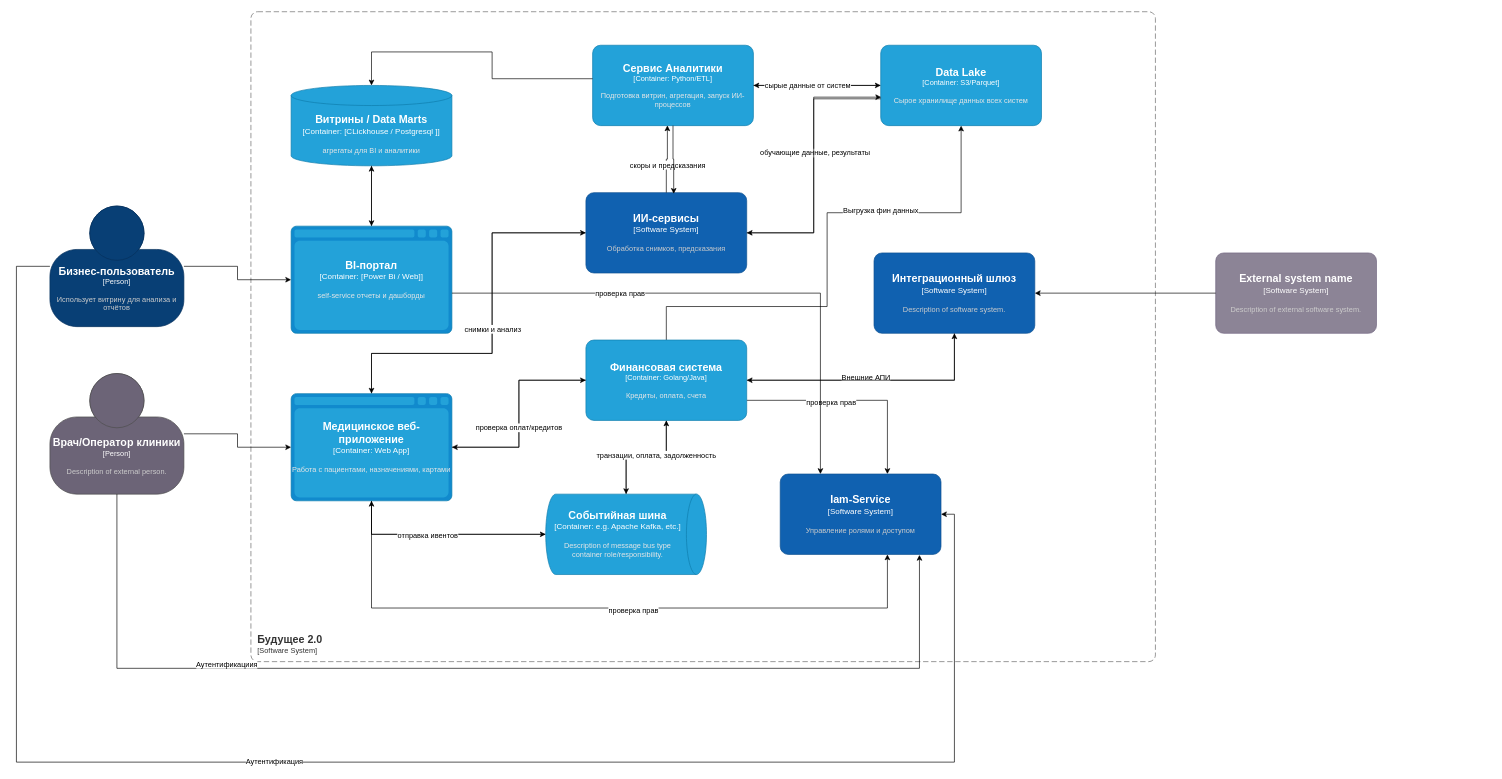
Earlier version of the draw.io diagram Task1/11sp.drawio (Evelona/architecture-future_2_0). Source tidied: cells renumbered, new cells numbered last; positions are measured from the earlier drawing's top-left corner, leaving out a move shared by most shapes. Both pictures are drawn from the tidied source at 67%, with x=0, y=0 at pixel (16, 11).
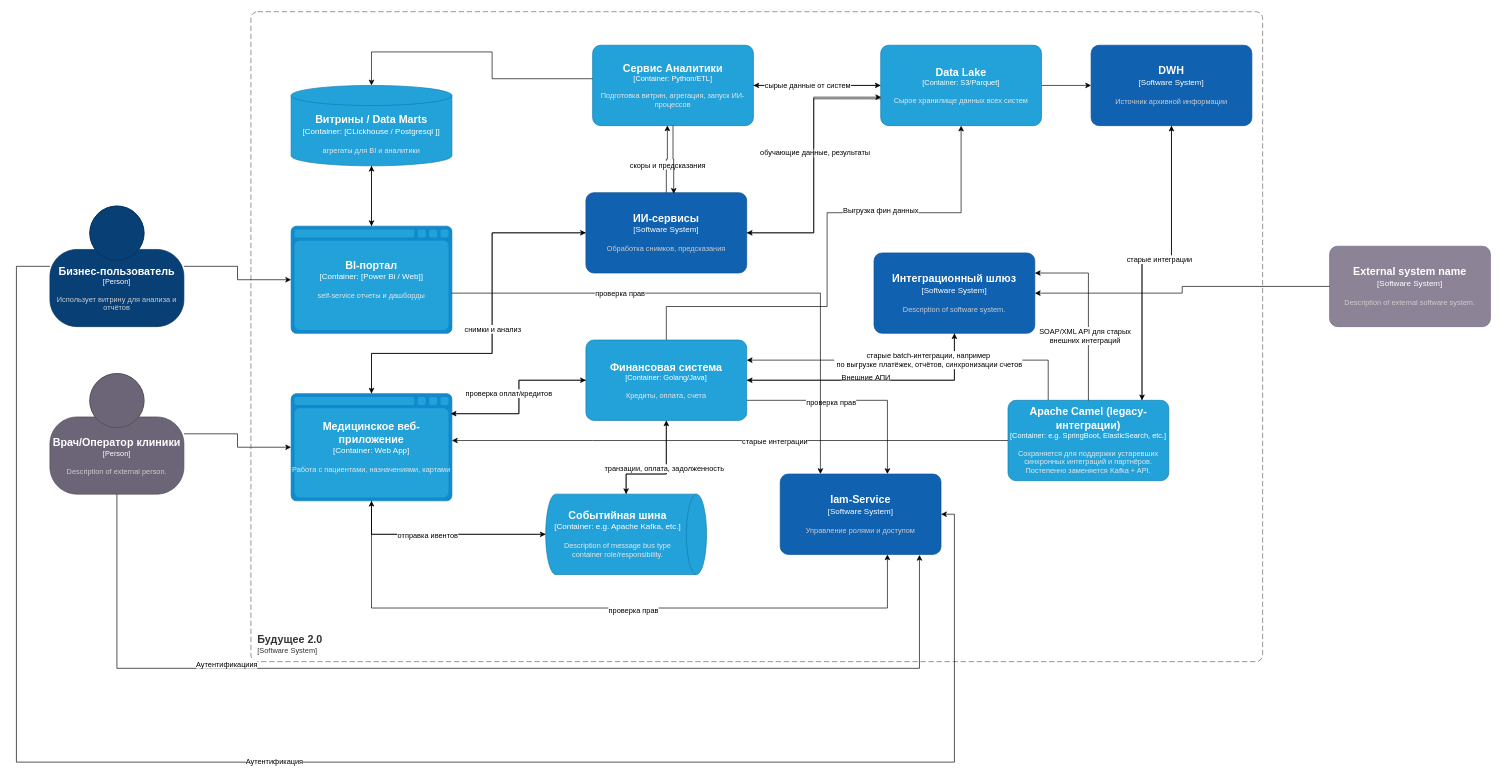
After the change.

The change refers to these unchanged cells:
```xml
<object id="12" label="&lt;font style=&quot;font-size: 16px&quot;&gt;&lt;b&gt;%c4Name%&lt;/b&gt;&lt;/font&gt;&lt;div&gt;[%c4Type%: %c4Technology%]&lt;/div&gt;&lt;br&gt;&lt;div&gt;&lt;font style=&quot;font-size: 11px&quot;&gt;&lt;font color=&quot;#E6E6E6&quot;&gt;%c4Description%&lt;/font&gt;&lt;/div&gt;" c4Description="Сырое хранилище данных всех систем" c4Name="Data Lake" c4Technology="S3/Parquet" c4Type="Container" placeholders="1">
  <mxCell style="rounded=1;whiteSpace=wrap;html=1;fontSize=11;labelBackgroundColor=none;fillColor=#23A2D9;fontColor=#ffffff;align=center;arcSize=10;strokeColor=#0E7DAD;points=[[0.25,0,0],[0.5,0,0],[0.75,0,0],[1,0.25,0],[1,0.5,0],[1,0.75,0],[0.75,1,0],[0.5,1,0],[0.25,1,0],[0,0.75,0],[0,0.5,0],[0,0.25,0]];" parent="1" vertex="1">
    <mxGeometry x="1290" y="50" width="240" height="120" as="geometry" />
  </mxCell>
</object>
<object id="18" label="&lt;font style=&quot;font-size: 16px&quot;&gt;&lt;b&gt;%c4Name%&lt;/b&gt;&lt;/font&gt;&lt;div&gt;[%c4Type%:&amp;nbsp;%c4Technology%]&lt;/div&gt;&lt;br&gt;&lt;div&gt;&lt;font style=&quot;font-size: 11px&quot;&gt;&lt;font color=&quot;#E6E6E6&quot;&gt;%c4Description%&lt;/font&gt;&lt;/div&gt;" c4Description="Работа с пациентами, назначениями, картами" c4Name="Медицинское веб-приложение" c4Technology="Web App" c4Type="Container" placeholders="1">
  <mxCell style="shape=mxgraph.c4.webBrowserContainer2;whiteSpace=wrap;html=1;boundedLbl=1;rounded=0;labelBackgroundColor=none;strokeColor=#118ACD;fillColor=#23A2D9;strokeColor=#118ACD;strokeColor2=#0E7DAD;fontSize=12;fontColor=#ffffff;align=center;points=[[0.5,0,0],[1,0.25,0],[1,0.5,0],[1,0.75,0],[0.5,1,0],[0,0.75,0],[0,0.5,0],[0,0.25,0]];" parent="1" vertex="1">
    <mxGeometry x="410" y="570" width="240" height="160" as="geometry" />
  </mxCell>
</object>
<object id="26" label="&lt;font style=&quot;font-size: 16px&quot;&gt;&lt;b&gt;%c4Name%&lt;/b&gt;&lt;/font&gt;&lt;div&gt;[%c4Type%:&amp;nbsp;%c4Technology%]&lt;/div&gt;&lt;br&gt;&lt;div&gt;&lt;font style=&quot;font-size: 11px&quot;&gt;&lt;font color=&quot;#E6E6E6&quot;&gt;%c4Description%&lt;/font&gt;&lt;/div&gt;" c4Description="Description of message bus type container role/responsibility." c4Name="Событийная шина" c4Technology="e.g. Apache Kafka, etc." c4Type="Container" placeholders="1">
  <mxCell style="shape=cylinder3;size=15;direction=south;whiteSpace=wrap;html=1;boundedLbl=1;rounded=0;labelBackgroundColor=none;fillColor=#23A2D9;fontSize=12;fontColor=#ffffff;align=center;strokeColor=#0E7DAD;points=[[0.5,0,0],[1,0.25,0],[1,0.5,0],[1,0.75,0],[0.5,1,0],[0,0.75,0],[0,0.5,0],[0,0.25,0]];" parent="1" vertex="1">
    <mxGeometry x="790" y="720" width="240" height="120" as="geometry" />
  </mxCell>
</object>
<object id="35" label="&lt;font style=&quot;font-size: 16px&quot;&gt;&lt;b&gt;%c4Name%&lt;/b&gt;&lt;/font&gt;&lt;div&gt;[%c4Type%: %c4Technology%]&lt;/div&gt;&lt;br&gt;&lt;div&gt;&lt;font style=&quot;font-size: 11px&quot;&gt;&lt;font color=&quot;#E6E6E6&quot;&gt;%c4Description%&lt;/font&gt;&lt;/div&gt;" c4Description="Кредиты, оплата, счета" c4Name="Финансовая система" c4Technology="Golang/Java" c4Type="Container" placeholders="1">
  <mxCell style="rounded=1;whiteSpace=wrap;html=1;fontSize=11;labelBackgroundColor=none;fillColor=#23A2D9;fontColor=#ffffff;align=center;arcSize=10;strokeColor=#0E7DAD;points=[[0.25,0,0],[0.5,0,0],[0.75,0,0],[1,0.25,0],[1,0.5,0],[1,0.75,0],[0.75,1,0],[0.5,1,0],[0.25,1,0],[0,0.75,0],[0,0.5,0],[0,0.25,0]];" parent="1" vertex="1">
    <mxGeometry x="850" y="490" width="240" height="120" as="geometry" />
  </mxCell>
</object>
<object id="39" label="&lt;font style=&quot;font-size: 16px&quot;&gt;&lt;b&gt;%c4Name%&lt;/b&gt;&lt;/font&gt;&lt;div&gt;[%c4Type%]&lt;/div&gt;&lt;br&gt;&lt;div&gt;&lt;font style=&quot;font-size: 11px&quot;&gt;&lt;font color=&quot;#cccccc&quot;&gt;%c4Description%&lt;/font&gt;&lt;/div&gt;" c4Description="Description of software system." c4Name="Интеграционный шлюз" c4Type="Software System" placeholders="1">
  <mxCell style="rounded=1;whiteSpace=wrap;html=1;labelBackgroundColor=none;fillColor=#1061B0;fontColor=#ffffff;align=center;arcSize=10;strokeColor=#0D5091;points=[[0.25,0,0],[0.5,0,0],[0.75,0,0],[1,0.25,0],[1,0.5,0],[1,0.75,0],[0.75,1,0],[0.5,1,0],[0.25,1,0],[0,0.75,0],[0,0.5,0],[0,0.25,0]];" parent="1" vertex="1">
    <mxGeometry x="1280" y="360" width="240" height="120" as="geometry" />
  </mxCell>
</object>
```

The edit, as a diff of the source:
```diff
@@
     <object id="3" label="&lt;font style=&quot;font-size: 16px&quot;&gt;&lt;b&gt;&lt;div style=&quot;text-align: left&quot;&gt;%c4Name%&lt;/div&gt;&lt;/b&gt;&lt;/font&gt;&lt;div style=&quot;text-align: left&quot;&gt;[%c4Application%]&lt;/div&gt;" c4Application="Software System" c4Name="Будущее 2.0" placeholders="1">
       <mxCell style="rounded=1;fontSize=11;whiteSpace=wrap;html=1;dashed=1;arcSize=20;fillColor=none;strokeColor=#666666;fontColor=#333333;labelBackgroundColor=none;align=left;verticalAlign=bottom;labelBorderColor=none;spacingTop=0;spacing=10;dashPattern=8 4;perimeter=rectanglePerimeter;noLabel=0;labelPadding=0;absoluteArcSize=1;" parent="1" vertex="1">
-        <mxGeometry x="350" width="1350" height="970" as="geometry" />
+        <mxGeometry x="350" width="1510" height="970" as="geometry" />
       </mxCell>
     </object>
@@
+    <mxCell id="58" style="edgeStyle=orthogonalEdgeStyle;rounded=0;jettySize=auto;html=1;" parent="1" edge="1" source="12" target="60">
+      <mxGeometry relative="1" as="geometry" />
+    </mxCell>
@@
     <mxCell id="25" style="edgeStyle=orthogonalEdgeStyle;rounded=0;jettySize=auto;html=1;" parent="1" edge="1" source="26" target="35">
-      <mxGeometry relative="1" as="geometry" />
+      <mxGeometry relative="1" as="geometry">
+        <Array as="points">
+          <mxPoint x="910" y="690" />
+          <mxPoint x="970" y="690" />
+        </Array>
+      </mxGeometry>
     </mxCell>
@@
     <mxCell id="27" style="edgeStyle=orthogonalEdgeStyle;rounded=0;jettySize=auto;html=1;" parent="1" edge="1" source="35" target="26">
-      <mxGeometry relative="1" as="geometry" />
+      <mxGeometry relative="1" as="geometry">
+        <Array as="points">
+          <mxPoint x="970" y="690" />
+          <mxPoint x="910" y="690" />
+        </Array>
+      </mxGeometry>
     </mxCell>
@@
     <mxCell id="36" style="edgeStyle=orthogonalEdgeStyle;rounded=0;jettySize=auto;html=1;entryX=0;entryY=0.5;entryDx=0;entryDy=0;entryPerimeter=0;" parent="1" edge="1" source="18" target="35">
-      <mxGeometry relative="1" as="geometry" />
+      <mxGeometry relative="1" as="geometry">
+        <Array as="points">
+          <mxPoint x="750" y="600" />
+          <mxPoint x="750" y="550" />
+        </Array>
+      </mxGeometry>
     </mxCell>
-    <mxCell id="37" style="edgeStyle=orthogonalEdgeStyle;rounded=0;jettySize=auto;html=1;entryX=1;entryY=0.5;entryDx=0;entryDy=0;entryPerimeter=0;" parent="1" edge="1" source="35" target="18">
+    <mxCell id="37" style="edgeStyle=orthogonalEdgeStyle;rounded=0;jettySize=auto;html=1;entryX=0.992;entryY=0.187;entryDx=0;entryDy=0;entryPerimeter=0;" parent="1" edge="1" source="35" target="18">
       <mxGeometry relative="1" as="geometry" />
     </mxCell>
@@
     <object id="48" label="&lt;font style=&quot;font-size: 16px&quot;&gt;&lt;b&gt;%c4Name%&lt;/b&gt;&lt;/font&gt;&lt;div&gt;[%c4Type%]&lt;/div&gt;&lt;br&gt;&lt;div&gt;&lt;font style=&quot;font-size: 11px&quot;&gt;&lt;font color=&quot;#cccccc&quot;&gt;%c4Description%&lt;/font&gt;&lt;/div&gt;" c4Description="Description of external software system." c4Name="External system name" c4Type="Software System" placeholders="1">
       <mxCell style="rounded=1;whiteSpace=wrap;html=1;labelBackgroundColor=none;fillColor=#8C8496;fontColor=#ffffff;align=center;arcSize=10;strokeColor=#736782;points=[[0.25,0,0],[0.5,0,0],[0.75,0,0],[1,0.25,0],[1,0.5,0],[1,0.75,0],[0.75,1,0],[0.5,1,0],[0.25,1,0],[0,0.75,0],[0,0.5,0],[0,0.25,0]];" parent="1" vertex="1">
-        <mxGeometry x="1790" y="360" width="240" height="120" as="geometry" />
+        <mxGeometry x="1960" y="350" width="240" height="120" as="geometry" />
       </mxCell>
     </object>
@@
+    <mxCell id="59" style="edgeStyle=orthogonalEdgeStyle;rounded=0;jettySize=auto;html=1;" parent="1" edge="1" source="60" target="67">
+      <mxGeometry relative="1" as="geometry">
+        <Array as="points">
+          <mxPoint x="1724" y="375" />
+          <mxPoint x="1680" y="375" />
+        </Array>
+      </mxGeometry>
+    </mxCell>
+    <object id="60" label="&lt;font style=&quot;font-size: 16px&quot;&gt;&lt;b&gt;%c4Name%&lt;/b&gt;&lt;/font&gt;&lt;div&gt;[%c4Type%]&lt;/div&gt;&lt;br&gt;&lt;div&gt;&lt;font style=&quot;font-size: 11px&quot;&gt;&lt;font color=&quot;#cccccc&quot;&gt;%c4Description%&lt;/font&gt;&lt;/div&gt;" c4Description="Источник архивной информации" c4Name="DWH" c4Type="Software System" placeholders="1">
+      <mxCell style="rounded=1;whiteSpace=wrap;html=1;labelBackgroundColor=none;fillColor=#1061B0;fontColor=#ffffff;align=center;arcSize=10;strokeColor=#0D5091;points=[[0.25,0,0],[0.5,0,0],[0.75,0,0],[1,0.25,0],[1,0.5,0],[1,0.75,0],[0.75,1,0],[0.5,1,0],[0.25,1,0],[0,0.75,0],[0,0.5,0],[0,0.25,0]];" parent="1" vertex="1">
+        <mxGeometry x="1604" y="50" width="240" height="120" as="geometry" />
+      </mxCell>
+    </object>
+    <mxCell id="61" style="edgeStyle=orthogonalEdgeStyle;rounded=0;jettySize=auto;html=1;" parent="1" edge="1" source="67" target="60">
+      <mxGeometry relative="1" as="geometry">
+        <Array as="points">
+          <mxPoint x="1680" y="375" />
+          <mxPoint x="1724" y="375" />
+        </Array>
+      </mxGeometry>
+    </mxCell>
+    <mxCell id="62" value="старые интеграции" style="edgeLabel;html=1;align=center;verticalAlign=middle;" parent="61" vertex="1">
+      <mxGeometry x="0.01" y="6" relative="1" as="geometry">
+        <mxPoint x="1" as="offset" />
+      </mxGeometry>
+    </mxCell>
+    <mxCell id="63" style="edgeStyle=orthogonalEdgeStyle;rounded=0;jettySize=auto;html=1;exitX=0.25;exitY=0;exitDx=0;exitDy=0;exitPerimeter=0;" parent="1" edge="1" source="67" target="35">
+      <mxGeometry relative="1" as="geometry">
+        <Array as="points">
+          <mxPoint x="1540" y="520" />
+        </Array>
+      </mxGeometry>
+    </mxCell>
+    <mxCell id="64" value="старые batch-интеграции, например&lt;div&gt;&amp;nbsp;по выгрузке платёжек, отчётов, синхронизации счетов&lt;/div&gt;" style="edgeLabel;html=1;align=center;verticalAlign=middle;" parent="63" vertex="1">
+      <mxGeometry x="0.04" y="-1" relative="1" as="geometry">
+        <mxPoint x="25" as="offset" />
+      </mxGeometry>
+    </mxCell>
+    <mxCell id="65" style="edgeStyle=orthogonalEdgeStyle;rounded=0;jettySize=auto;html=1;" parent="1" edge="1" source="67" target="18">
+      <mxGeometry relative="1" as="geometry">
+        <Array as="points">
+          <mxPoint x="860" y="640" />
+          <mxPoint x="860" y="640" />
+        </Array>
+      </mxGeometry>
+    </mxCell>
+    <mxCell id="66" value="старые интеграции" style="edgeLabel;html=1;align=center;verticalAlign=middle;" parent="65" vertex="1">
+      <mxGeometry x="-0.16" y="1" relative="1" as="geometry" />
+    </mxCell>
+    <object id="67" label="&lt;font style=&quot;font-size: 16px&quot;&gt;&lt;b&gt;%c4Name%&lt;/b&gt;&lt;/font&gt;&lt;div&gt;[%c4Type%: %c4Technology%]&lt;/div&gt;&lt;br&gt;&lt;div&gt;&lt;font style=&quot;font-size: 11px&quot;&gt;&lt;font color=&quot;#E6E6E6&quot;&gt;%c4Description%&lt;/font&gt;&lt;/div&gt;" c4Description="Сохраняется для поддержки устаревших синхронных интеграций и партнёров. Постепенно заменяется Kafka + API." c4Name="Apache Camel (legacy-интеграции)" c4Technology="e.g. SpringBoot, ElasticSearch, etc." c4Type="Container" placeholders="1">
+      <mxCell style="rounded=1;whiteSpace=wrap;html=1;fontSize=11;labelBackgroundColor=none;fillColor=#23A2D9;fontColor=#ffffff;align=center;arcSize=10;strokeColor=#0E7DAD;points=[[0.25,0,0],[0.5,0,0],[0.75,0,0],[1,0.25,0],[1,0.5,0],[1,0.75,0],[0.75,1,0],[0.5,1,0],[0.25,1,0],[0,0.75,0],[0,0.5,0],[0,0.25,0]];" parent="1" vertex="1">
+        <mxGeometry x="1480" y="580" width="240" height="120" as="geometry" />
+      </mxCell>
+    </object>
+    <mxCell id="68" style="edgeStyle=orthogonalEdgeStyle;rounded=0;jettySize=auto;html=1;entryX=1;entryY=0.25;entryDx=0;entryDy=0;entryPerimeter=0;" parent="1" edge="1" source="67" target="39">
+      <mxGeometry relative="1" as="geometry" />
+    </mxCell>
+    <mxCell id="69" value="SOAP/XML API для старых&lt;div&gt;внешних интеграций&lt;/div&gt;" style="edgeLabel;html=1;align=center;verticalAlign=middle;" parent="68" vertex="1">
+      <mxGeometry x="-0.28" y="6" relative="1" as="geometry" />
+    </mxCell>
```
